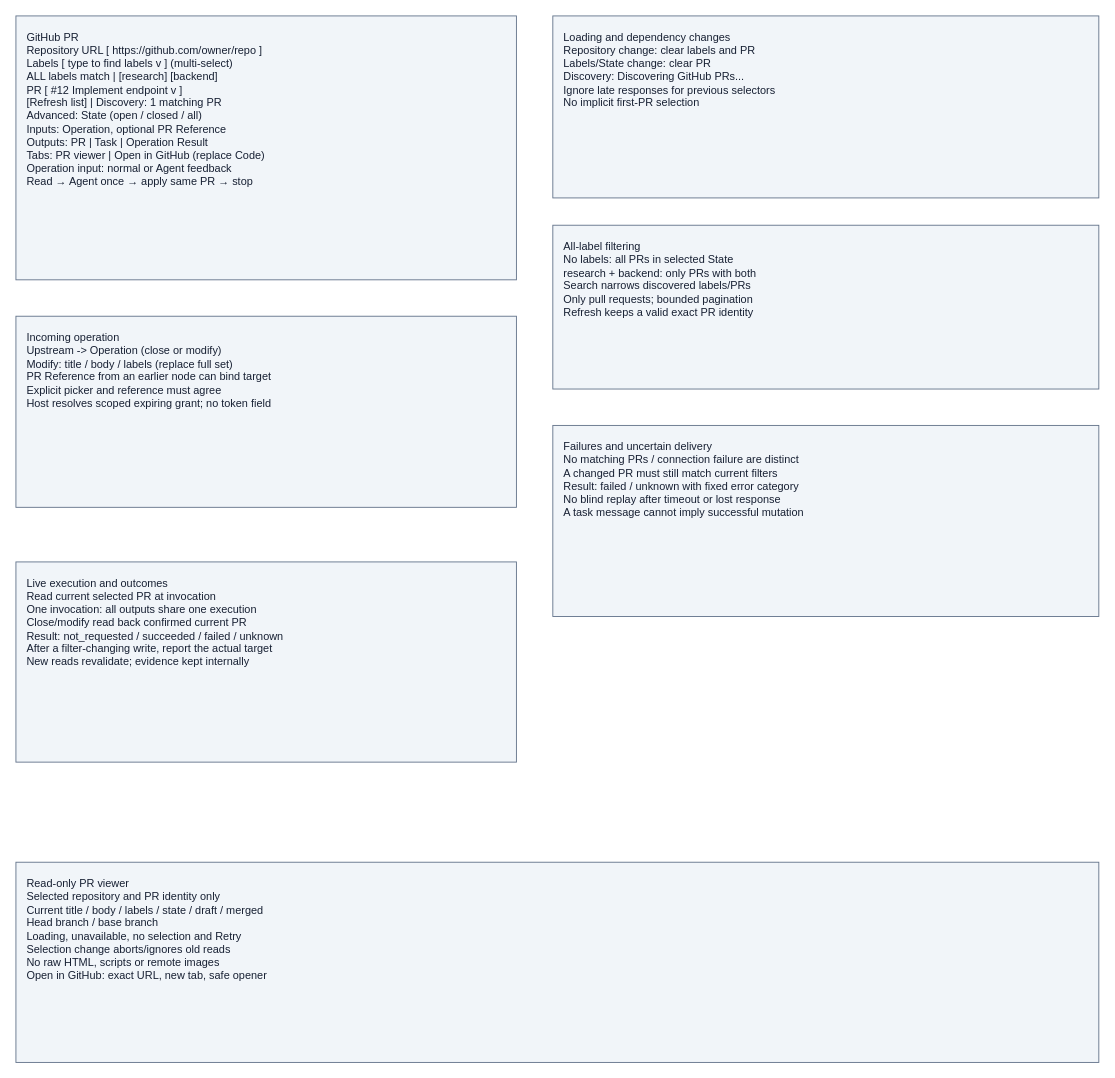
Earlier version of the draw.io diagram page "GitHub PR" (1 of 2) of projects/laomedo/subsystems/issue-integration/design/github-pr-node.drawio (amadou-6e/specs). Source tidied: cells renumbered, new cells numbered last; positions are measured from the earlier drawing's top-left corner, leaving out a move shared by most shapes. Both pictures are drawn from the tidied source at 91%, with x=0, y=0 at pixel (15, 15).
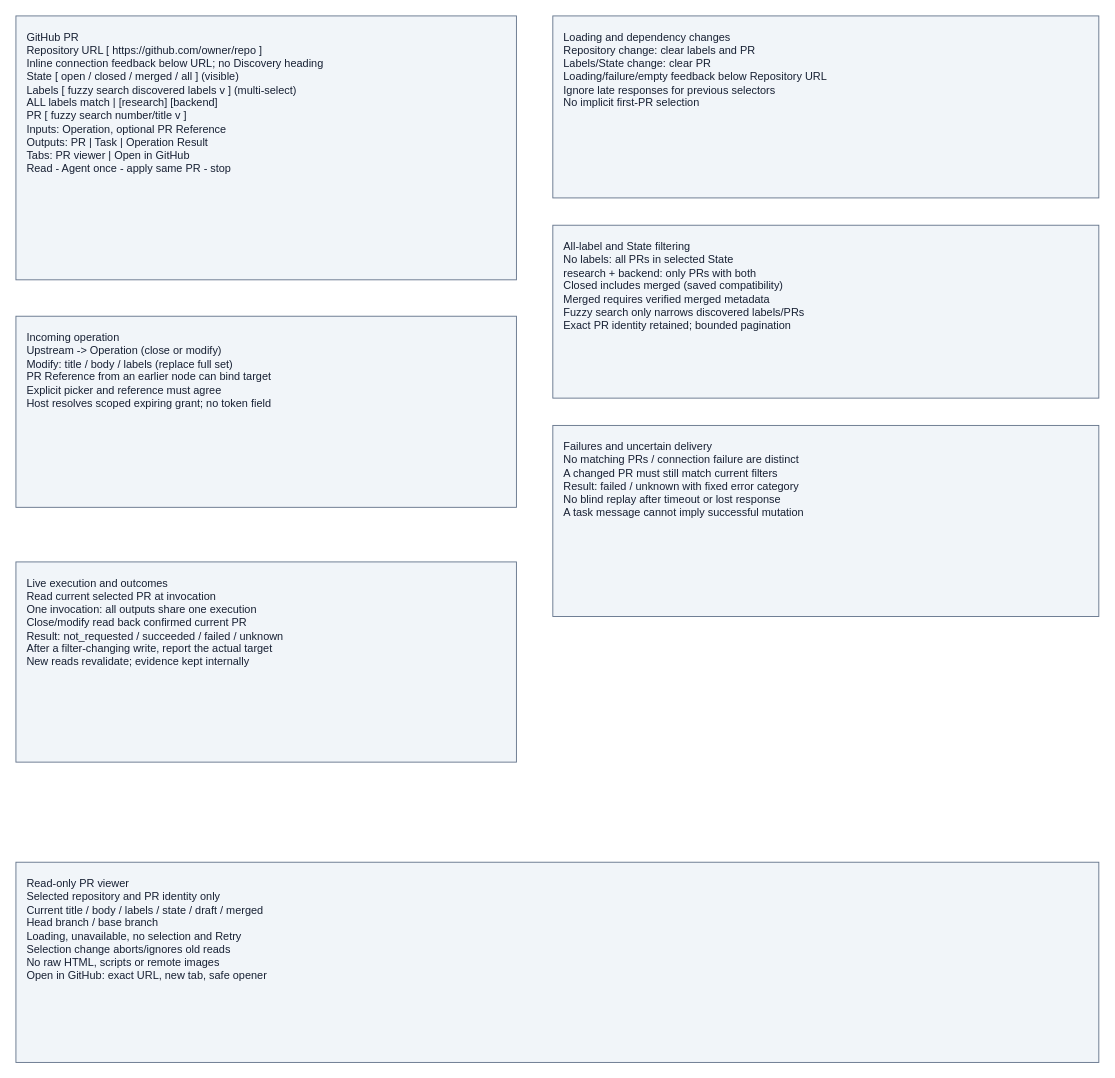
After the change.

Commit message (it also covers changes not shown here):
Specify visible PR filters and inline discovery feedback (#414)

What changed in the source:
```diff
@@
 <mxGraphModel>
   <root>
     <mxCell id="0" />
     <mxCell id="1" parent="0" />
-    <mxCell id="2" value="GitHub PR&#10;Repository URL [ https://github.com/owner/repo ]&#10;Labels [ type to find labels v ] (multi-select)&#10;ALL labels match | [research] [backend]&#10;PR [ #12 Implement endpoint                 v ]&#10;[Refresh list] | Discovery: 1 matching PR&#10;Advanced: State (open / closed / all)&#10;Inputs: Operation, optional PR Reference&#10;Outputs: PR | Task | Operation Result&#10;Tabs: PR viewer | Open in GitHub (replace Code)&#10;Operation input: normal or Agent feedback&#10;Read → Agent once → apply same PR → stop" style="rounded=0;whiteSpace=wrap;html=0;align=left;verticalAlign=top;spacing=12;fillColor=#f1f5f9;strokeColor=#64748b;fontColor=#172033;" parent="1" vertex="1">
+    <mxCell id="2" value="GitHub PR&#10;Repository URL [ https://github.com/owner/repo ]&#10;Inline connection feedback below URL; no Discovery heading&#10;State [ open / closed / merged / all ] (visible)&#10;Labels [ fuzzy search discovered labels v ] (multi-select)&#10;ALL labels match | [research] [backend]&#10;PR [ fuzzy search number/title v ]&#10;Inputs: Operation, optional PR Reference&#10;Outputs: PR | Task | Operation Result&#10;Tabs: PR viewer | Open in GitHub&#10;Read - Agent once - apply same PR - stop" style="rounded=0;whiteSpace=wrap;html=0;align=left;verticalAlign=top;spacing=12;fillColor=#f1f5f9;strokeColor=#64748b;fontColor=#172033;" parent="1" vertex="1">
       <mxGeometry width="550" height="290" as="geometry" />
     </mxCell>
-    <mxCell id="3" value="Loading and dependency changes&#10;Repository change: clear labels and PR&#10;Labels/State change: clear PR&#10;Discovery: Discovering GitHub PRs...&#10;Ignore late responses for previous selectors&#10;No implicit first-PR selection" style="rounded=0;whiteSpace=wrap;html=0;align=left;verticalAlign=top;spacing=12;fillColor=#f1f5f9;strokeColor=#64748b;fontColor=#172033;" parent="1" vertex="1">
+    <mxCell id="3" value="Loading and dependency changes&#10;Repository change: clear labels and PR&#10;Labels/State change: clear PR&#10;Loading/failure/empty feedback below Repository URL&#10;Ignore late responses for previous selectors&#10;No implicit first-PR selection" style="rounded=0;whiteSpace=wrap;html=0;align=left;verticalAlign=top;spacing=12;fillColor=#f1f5f9;strokeColor=#64748b;fontColor=#172033;" parent="1" vertex="1">
       <mxGeometry x="590" width="600" height="200" as="geometry" />
     </mxCell>
-    <mxCell id="4" value="All-label filtering&#10;No labels: all PRs in selected State&#10;research + backend: only PRs with both&#10;Search narrows discovered labels/PRs&#10;Only pull requests; bounded pagination&#10;Refresh keeps a valid exact PR identity" style="rounded=0;whiteSpace=wrap;html=0;align=left;verticalAlign=top;spacing=12;fillColor=#f1f5f9;strokeColor=#64748b;fontColor=#172033;" parent="1" vertex="1">
-      <mxGeometry x="590" y="230" width="600" height="180" as="geometry" />
+    <mxCell id="4" value="All-label and State filtering&#10;No labels: all PRs in selected State&#10;research + backend: only PRs with both&#10;Closed includes merged (saved compatibility)&#10;Merged requires verified merged metadata&#10;Fuzzy search only narrows discovered labels/PRs&#10;Exact PR identity retained; bounded pagination" style="rounded=0;whiteSpace=wrap;html=0;align=left;verticalAlign=top;spacing=12;fillColor=#f1f5f9;strokeColor=#64748b;fontColor=#172033;" parent="1" vertex="1">
+      <mxGeometry x="590" y="230" width="600" height="190" as="geometry" />
     </mxCell>
     <mxCell id="5" value="Incoming operation&#10;Upstream -&gt; Operation (close or modify)&#10;Modify: title / body / labels (replace full set)&#10;PR Reference from an earlier node can bind target&#10;Explicit picker and reference must agree&#10;Host resolves scoped expiring grant; no token field" style="rounded=0;whiteSpace=wrap;html=0;align=left;verticalAlign=top;spacing=12;fillColor=#f1f5f9;strokeColor=#64748b;fontColor=#172033;" parent="1" vertex="1">
       <mxGeometry y="330" width="550" height="210" as="geometry" />
     </mxCell>
     <mxCell id="6" value="Failures and uncertain delivery&#10;No matching PRs / connection failure are distinct&#10;A changed PR must still match current filters&#10;Result: failed / unknown with fixed error category&#10;No blind replay after timeout or lost response&#10;A task message cannot imply successful mutation" style="rounded=0;whiteSpace=wrap;html=0;align=left;verticalAlign=top;spacing=12;fillColor=#f1f5f9;strokeColor=#64748b;fontColor=#172033;" parent="1" vertex="1">
       <mxGeometry x="590" y="450" width="600" height="210" as="geometry" />
     </mxCell>
     <mxCell id="7" value="Live execution and outcomes&#10;Read current selected PR at invocation&#10;One invocation: all outputs share one execution&#10;Close/modify read back confirmed current PR&#10;Result: not_requested / succeeded / failed / unknown&#10;After a filter-changing write, report the actual target&#10;New reads revalidate; evidence kept internally" style="rounded=0;whiteSpace=wrap;html=0;align=left;verticalAlign=top;spacing=12;fillColor=#f1f5f9;strokeColor=#64748b;fontColor=#172033;" parent="1" vertex="1">
       <mxGeometry y="600" width="550" height="220" as="geometry" />
     </mxCell>
     <mxCell id="8" value="Read-only PR viewer&#10;Selected repository and PR identity only&#10;Current title / body / labels / state / draft / merged&#10;Head branch / base branch&#10;Loading, unavailable, no selection and Retry&#10;Selection change aborts/ignores old reads&#10;No raw HTML, scripts or remote images&#10;Open in GitHub: exact URL, new tab, safe opener" style="rounded=0;whiteSpace=wrap;html=0;align=left;verticalAlign=top;spacing=12;fillColor=#f1f5f9;strokeColor=#64748b;fontColor=#172033;" parent="1" vertex="1">
       <mxGeometry y="930" width="1190" height="220" as="geometry" />
     </mxCell>
   </root>
 </mxGraphModel>
```
